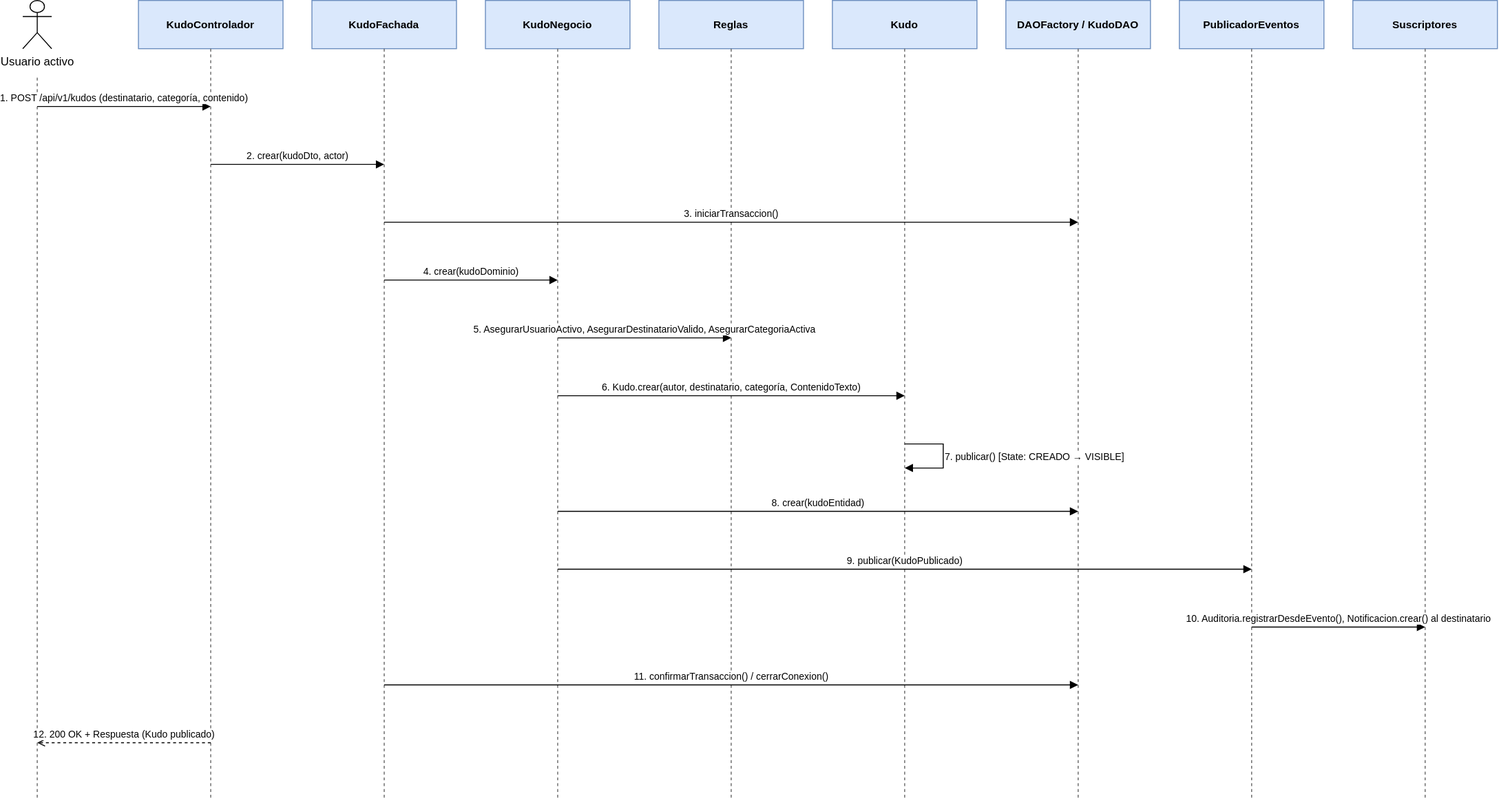
Earlier version of the draw.io export documentacion/assets/diagramas/diagramas-secuencia-1.svg (JaiderSoto07/kudos-backend). Source tidied: cells renumbered, new cells last; positions are measured from the earlier drawing's top-left corner, leaving out a move shared by most shapes.
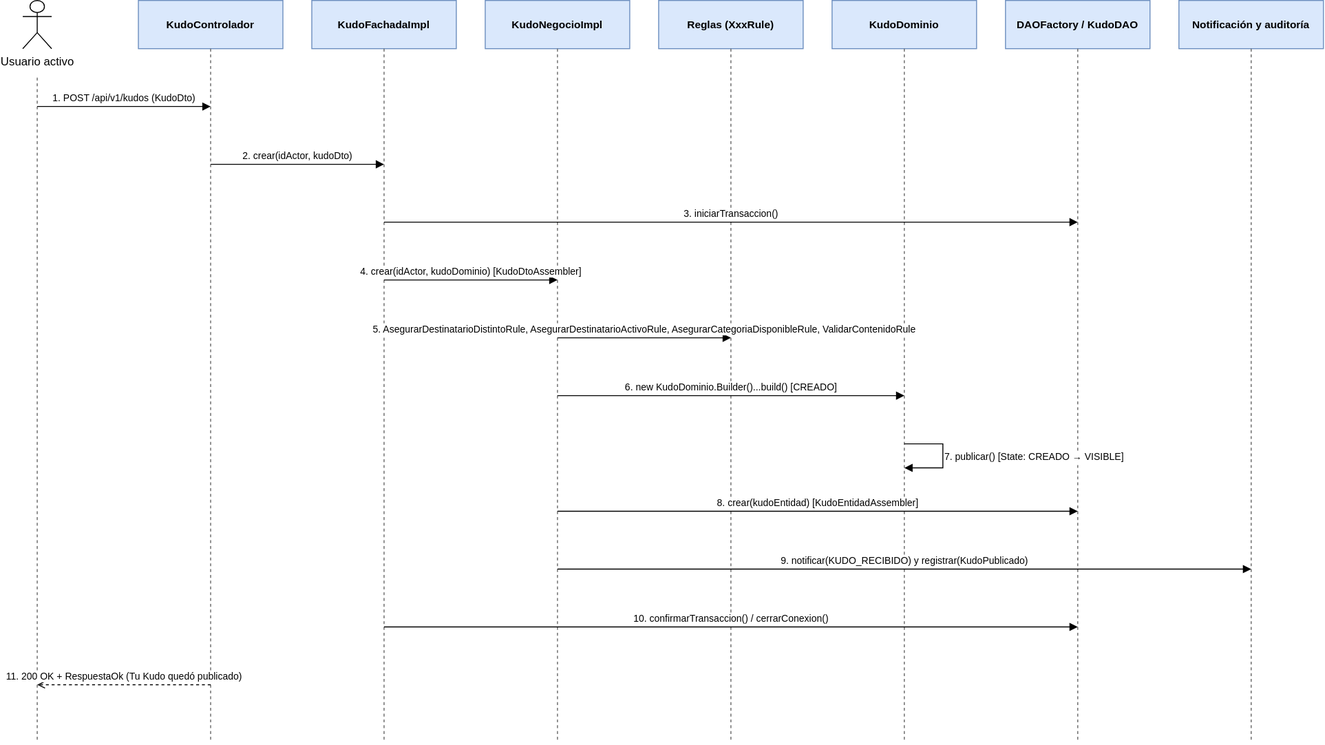
After the commit.

Change to the diagram source:
```diff
@@ -8,156 +8,141 @@
     <mxCell id="3" value="KudoControlador" style="rounded=0;whiteSpace=wrap;html=1;fillColor=#dae8fc;strokeColor=#6c8ebf;fontStyle=1;fontSize=11;" parent="1" vertex="1">
       <mxGeometry x="120" width="150" height="50" as="geometry" />
     </mxCell>
-    <mxCell id="4" value="KudoFachada" style="rounded=0;whiteSpace=wrap;html=1;fillColor=#dae8fc;strokeColor=#6c8ebf;fontStyle=1;fontSize=11;" parent="1" vertex="1">
+    <mxCell id="4" value="KudoFachadaImpl" style="rounded=0;whiteSpace=wrap;html=1;fillColor=#dae8fc;strokeColor=#6c8ebf;fontStyle=1;fontSize=11;" parent="1" vertex="1">
       <mxGeometry x="300" width="150" height="50" as="geometry" />
     </mxCell>
-    <mxCell id="5" value="KudoNegocio" style="rounded=0;whiteSpace=wrap;html=1;fillColor=#dae8fc;strokeColor=#6c8ebf;fontStyle=1;fontSize=11;" parent="1" vertex="1">
+    <mxCell id="5" value="KudoNegocioImpl" style="rounded=0;whiteSpace=wrap;html=1;fillColor=#dae8fc;strokeColor=#6c8ebf;fontStyle=1;fontSize=11;" parent="1" vertex="1">
       <mxGeometry x="480" width="150" height="50" as="geometry" />
     </mxCell>
-    <mxCell id="6" value="Reglas" style="rounded=0;whiteSpace=wrap;html=1;fillColor=#dae8fc;strokeColor=#6c8ebf;fontStyle=1;fontSize=11;" parent="1" vertex="1">
+    <mxCell id="6" value="Reglas (XxxRule)" style="rounded=0;whiteSpace=wrap;html=1;fillColor=#dae8fc;strokeColor=#6c8ebf;fontStyle=1;fontSize=11;" parent="1" vertex="1">
       <mxGeometry x="660" width="150" height="50" as="geometry" />
     </mxCell>
-    <mxCell id="7" value="Kudo" style="rounded=0;whiteSpace=wrap;html=1;fillColor=#dae8fc;strokeColor=#6c8ebf;fontStyle=1;fontSize=11;" parent="1" vertex="1">
+    <mxCell id="7" value="KudoDominio" style="rounded=0;whiteSpace=wrap;html=1;fillColor=#dae8fc;strokeColor=#6c8ebf;fontStyle=1;fontSize=11;" parent="1" vertex="1">
       <mxGeometry x="840" width="150" height="50" as="geometry" />
     </mxCell>
     <mxCell id="8" value="DAOFactory / KudoDAO" style="rounded=0;whiteSpace=wrap;html=1;fillColor=#dae8fc;strokeColor=#6c8ebf;fontStyle=1;fontSize=11;" parent="1" vertex="1">
       <mxGeometry x="1020" width="150" height="50" as="geometry" />
     </mxCell>
-    <mxCell id="9" value="PublicadorEventos" style="rounded=0;whiteSpace=wrap;html=1;fillColor=#dae8fc;strokeColor=#6c8ebf;fontStyle=1;fontSize=11;" parent="1" vertex="1">
+    <mxCell id="9" value="Notificación y auditoría" style="rounded=0;whiteSpace=wrap;html=1;fillColor=#dae8fc;strokeColor=#6c8ebf;fontStyle=1;fontSize=11;" parent="1" vertex="1">
       <mxGeometry x="1200" width="150" height="50" as="geometry" />
     </mxCell>
-    <mxCell id="10" value="Suscriptores" style="rounded=0;whiteSpace=wrap;html=1;fillColor=#dae8fc;strokeColor=#6c8ebf;fontStyle=1;fontSize=11;" parent="1" vertex="1">
-      <mxGeometry x="1380" width="150" height="50" as="geometry" />
+    <mxCell id="10" style="endArrow=none;dashed=1;html=1;strokeColor=#666666;" parent="1" edge="1">
+      <mxGeometry relative="1" as="geometry">
+        <mxPoint x="15" y="80" as="sourcePoint" />
+        <mxPoint x="15" y="770" as="targetPoint" />
+      </mxGeometry>
     </mxCell>
     <mxCell id="11" style="endArrow=none;dashed=1;html=1;strokeColor=#666666;" parent="1" edge="1">
       <mxGeometry relative="1" as="geometry">
-        <mxPoint x="15" y="80" as="sourcePoint" />
-        <mxPoint x="15" y="830" as="targetPoint" />
+        <mxPoint x="195" y="50" as="sourcePoint" />
+        <mxPoint x="195" y="770" as="targetPoint" />
       </mxGeometry>
     </mxCell>
     <mxCell id="12" style="endArrow=none;dashed=1;html=1;strokeColor=#666666;" parent="1" edge="1">
       <mxGeometry relative="1" as="geometry">
-        <mxPoint x="195" y="50" as="sourcePoint" />
-        <mxPoint x="195" y="830" as="targetPoint" />
+        <mxPoint x="375" y="50" as="sourcePoint" />
+        <mxPoint x="375" y="770" as="targetPoint" />
       </mxGeometry>
     </mxCell>
     <mxCell id="13" style="endArrow=none;dashed=1;html=1;strokeColor=#666666;" parent="1" edge="1">
       <mxGeometry relative="1" as="geometry">
-        <mxPoint x="375" y="50" as="sourcePoint" />
-        <mxPoint x="375" y="830" as="targetPoint" />
+        <mxPoint x="555" y="50" as="sourcePoint" />
+        <mxPoint x="555" y="770" as="targetPoint" />
       </mxGeometry>
     </mxCell>
     <mxCell id="14" style="endArrow=none;dashed=1;html=1;strokeColor=#666666;" parent="1" edge="1">
       <mxGeometry relative="1" as="geometry">
-        <mxPoint x="555" y="50" as="sourcePoint" />
-        <mxPoint x="555" y="830" as="targetPoint" />
+        <mxPoint x="735" y="50" as="sourcePoint" />
+        <mxPoint x="735" y="770" as="targetPoint" />
       </mxGeometry>
     </mxCell>
     <mxCell id="15" style="endArrow=none;dashed=1;html=1;strokeColor=#666666;" parent="1" edge="1">
       <mxGeometry relative="1" as="geometry">
-        <mxPoint x="735" y="50" as="sourcePoint" />
-        <mxPoint x="735" y="830" as="targetPoint" />
+        <mxPoint x="915" y="50" as="sourcePoint" />
+        <mxPoint x="915" y="770" as="targetPoint" />
       </mxGeometry>
     </mxCell>
     <mxCell id="16" style="endArrow=none;dashed=1;html=1;strokeColor=#666666;" parent="1" edge="1">
       <mxGeometry relative="1" as="geometry">
-        <mxPoint x="915" y="50" as="sourcePoint" />
-        <mxPoint x="915" y="830" as="targetPoint" />
+        <mxPoint x="1095" y="50" as="sourcePoint" />
+        <mxPoint x="1095" y="770" as="targetPoint" />
       </mxGeometry>
     </mxCell>
     <mxCell id="17" style="endArrow=none;dashed=1;html=1;strokeColor=#666666;" parent="1" edge="1">
       <mxGeometry relative="1" as="geometry">
-        <mxPoint x="1095" y="50" as="sourcePoint" />
-        <mxPoint x="1095" y="830" as="targetPoint" />
+        <mxPoint x="1275" y="50" as="sourcePoint" />
+        <mxPoint x="1275" y="770" as="targetPoint" />
       </mxGeometry>
     </mxCell>
-    <mxCell id="18" style="endArrow=none;dashed=1;html=1;strokeColor=#666666;" parent="1" edge="1">
+    <mxCell id="18" value="1. POST /api/v1/kudos (KudoDto)" style="endArrow=block;endFill=1;html=1;rounded=0;fontSize=10;labelBackgroundColor=#ffffff;verticalAlign=bottom;" parent="1" edge="1">
       <mxGeometry relative="1" as="geometry">
-        <mxPoint x="1275" y="50" as="sourcePoint" />
-        <mxPoint x="1275" y="830" as="targetPoint" />
+        <mxPoint x="15" y="110" as="sourcePoint" />
+        <mxPoint x="195" y="110" as="targetPoint" />
       </mxGeometry>
     </mxCell>
-    <mxCell id="19" style="endArrow=none;dashed=1;html=1;strokeColor=#666666;" parent="1" edge="1">
+    <mxCell id="19" value="2. crear(idActor, kudoDto)" style="endArrow=block;endFill=1;html=1;rounded=0;fontSize=10;labelBackgroundColor=#ffffff;verticalAlign=bottom;" parent="1" edge="1">
       <mxGeometry relative="1" as="geometry">
-        <mxPoint x="1455" y="50" as="sourcePoint" />
-        <mxPoint x="1455" y="830" as="targetPoint" />
+        <mxPoint x="195" y="170" as="sourcePoint" />
+        <mxPoint x="375" y="170" as="targetPoint" />
       </mxGeometry>
     </mxCell>
-    <mxCell id="20" value="1. POST /api/v1/kudos (destinatario, categoría, contenido)" style="endArrow=block;endFill=1;html=1;rounded=0;fontSize=10;labelBackgroundColor=#ffffff;verticalAlign=bottom;" parent="1" edge="1">
+    <mxCell id="20" value="3. iniciarTransaccion()" style="endArrow=block;endFill=1;html=1;rounded=0;fontSize=10;labelBackgroundColor=#ffffff;verticalAlign=bottom;" parent="1" edge="1">
       <mxGeometry relative="1" as="geometry">
-        <mxPoint x="15" y="110" as="sourcePoint" />
-        <mxPoint x="195" y="110" as="targetPoint" />
+        <mxPoint x="375" y="230" as="sourcePoint" />
+        <mxPoint x="1095" y="230" as="targetPoint" />
       </mxGeometry>
     </mxCell>
-    <mxCell id="21" value="2. crear(kudoDto, actor)" style="endArrow=block;endFill=1;html=1;rounded=0;fontSize=10;labelBackgroundColor=#ffffff;verticalAlign=bottom;" parent="1" edge="1">
+    <mxCell id="21" value="4. crear(idActor, kudoDominio)  [KudoDtoAssembler]" style="endArrow=block;endFill=1;html=1;rounded=0;fontSize=10;labelBackgroundColor=#ffffff;verticalAlign=bottom;" parent="1" edge="1">
       <mxGeometry relative="1" as="geometry">
-        <mxPoint x="195" y="170" as="sourcePoint" />
-        <mxPoint x="375" y="170" as="targetPoint" />
+        <mxPoint x="375" y="290" as="sourcePoint" />
+        <mxPoint x="555" y="290" as="targetPoint" />
       </mxGeometry>
     </mxCell>
-    <mxCell id="22" value="3. iniciarTransaccion()" style="endArrow=block;endFill=1;html=1;rounded=0;fontSize=10;labelBackgroundColor=#ffffff;verticalAlign=bottom;" parent="1" edge="1">
+    <mxCell id="22" value="5. AsegurarDestinatarioDistintoRule, AsegurarDestinatarioActivoRule, AsegurarCategoriaDisponibleRule, ValidarContenidoRule" style="endArrow=block;endFill=1;html=1;rounded=0;fontSize=10;labelBackgroundColor=#ffffff;verticalAlign=bottom;" parent="1" edge="1">
       <mxGeometry relative="1" as="geometry">
-        <mxPoint x="375" y="230" as="sourcePoint" />
-        <mxPoint x="1095" y="230" as="targetPoint" />
+        <mxPoint x="555" y="350" as="sourcePoint" />
+        <mxPoint x="735" y="350" as="targetPoint" />
       </mxGeometry>
     </mxCell>
-    <mxCell id="23" value="4. crear(kudoDominio)" style="endArrow=block;endFill=1;html=1;rounded=0;fontSize=10;labelBackgroundColor=#ffffff;verticalAlign=bottom;" parent="1" edge="1">
+    <mxCell id="23" value="6. new KudoDominio.Builder()...build()  [CREADO]" style="endArrow=block;endFill=1;html=1;rounded=0;fontSize=10;labelBackgroundColor=#ffffff;verticalAlign=bottom;" parent="1" edge="1">
       <mxGeometry relative="1" as="geometry">
-        <mxPoint x="375" y="290" as="sourcePoint" />
-        <mxPoint x="555" y="290" as="targetPoint" />
+        <mxPoint x="555" y="410" as="sourcePoint" />
+        <mxPoint x="915" y="410" as="targetPoint" />
       </mxGeometry>
     </mxCell>
-    <mxCell id="24" value="5. AsegurarUsuarioActivo, AsegurarDestinatarioValido, AsegurarCategoriaActiva" style="endArrow=block;endFill=1;html=1;rounded=0;fontSize=10;labelBackgroundColor=#ffffff;verticalAlign=bottom;" parent="1" edge="1">
+    <mxCell id="24" value="7. publicar()  [State: CREADO → VISIBLE]" style="endArrow=block;endFill=1;html=1;rounded=0;fontSize=10;align=left;labelBackgroundColor=#ffffff;" parent="1" edge="1">
       <mxGeometry relative="1" as="geometry">
-        <mxPoint x="555" y="350" as="sourcePoint" />
-        <mxPoint x="735" y="350" as="targetPoint" />
+        <mxPoint x="915" y="460" as="sourcePoint" />
+        <mxPoint x="915" y="485" as="targetPoint" />
+        <Array as="points">
+          <mxPoint x="955" y="460" />
+          <mxPoint x="955" y="485" />
+        </Array>
       </mxGeometry>
     </mxCell>
-    <mxCell id="25" value="6. Kudo.crear(autor, destinatario, categoría, ContenidoTexto)" style="endArrow=block;endFill=1;html=1;rounded=0;fontSize=10;labelBackgroundColor=#ffffff;verticalAlign=bottom;" parent="1" edge="1">
+    <mxCell id="25" value="8. crear(kudoEntidad)  [KudoEntidadAssembler]" style="endArrow=block;endFill=1;html=1;rounded=0;fontSize=10;labelBackgroundColor=#ffffff;verticalAlign=bottom;" parent="1" edge="1">
       <mxGeometry relative="1" as="geometry">
-        <mxPoint x="555" y="410" as="sourcePoint" />
-        <mxPoint x="915" y="410" as="targetPoint" />
+        <mxPoint x="555" y="530" as="sourcePoint" />
+        <mxPoint x="1095" y="530" as="targetPoint" />
       </mxGeometry>
     </mxCell>
-    <mxCell id="26" value="7. publicar()  [State: CREADO → VISIBLE]" style="endArrow=block;endFill=1;html=1;rounded=0;fontSize=10;align=left;labelBackgroundColor=#ffffff;" parent="1" edge="1">
+    <mxCell id="26" value="9. notificar(KUDO_RECIBIDO) y registrar(KudoPublicado)" style="endArrow=block;endFill=1;html=1;rounded=0;fontSize=10;labelBackgroundColor=#ffffff;verticalAlign=bottom;" parent="1" edge="1">
       <mxGeometry relative="1" as="geometry">
-        <mxPoint x="915" y="460" as="sourcePoint" />
-        <mxPoint x="915" y="485" as="targetPoint" />
-        <Array as="points">
-          <mxPoint x="955" y="460" />
-          <mxPoint x="955" y="485" />
-        </Array>
+        <mxPoint x="555" y="590" as="sourcePoint" />
+        <mxPoint x="1275" y="590" as="targetPoint" />
       </mxGeometry>
     </mxCell>
-    <mxCell id="27" value="8. crear(kudoEntidad)" style="endArrow=block;endFill=1;html=1;rounded=0;fontSize=10;labelBackgroundColor=#ffffff;verticalAlign=bottom;" parent="1" edge="1">
+    <mxCell id="27" value="10. confirmarTransaccion() / cerrarConexion()" style="endArrow=block;endFill=1;html=1;rounded=0;fontSize=10;labelBackgroundColor=#ffffff;verticalAlign=bottom;" parent="1" edge="1">
       <mxGeometry relative="1" as="geometry">
-        <mxPoint x="555" y="530" as="sourcePoint" />
-        <mxPoint x="1095" y="530" as="targetPoint" />
+        <mxPoint x="375" y="650" as="sourcePoint" />
+        <mxPoint x="1095" y="650" as="targetPoint" />
       </mxGeometry>
     </mxCell>
-    <mxCell id="28" value="9. publicar(KudoPublicado)" style="endArrow=block;endFill=1;html=1;rounded=0;fontSize=10;labelBackgroundColor=#ffffff;verticalAlign=bottom;" parent="1" edge="1">
+    <mxCell id="28" value="11. 200 OK + RespuestaOk (Tu Kudo quedó publicado)" style="endArrow=open;endFill=0;dashed=1;html=1;rounded=0;fontSize=10;labelBackgroundColor=#ffffff;verticalAlign=bottom;" parent="1" edge="1">
       <mxGeometry relative="1" as="geometry">
-        <mxPoint x="555" y="590" as="sourcePoint" />
-        <mxPoint x="1275" y="590" as="targetPoint" />
+        <mxPoint x="195" y="710" as="sourcePoint" />
+        <mxPoint x="15" y="710" as="targetPoint" />
       </mxGeometry>
     </mxCell>
-    <mxCell id="29" value="10. Auditoria.registrarDesdeEvento(), Notificacion.crear() al destinatario" style="endArrow=block;endFill=1;html=1;rounded=0;fontSize=10;labelBackgroundColor=#ffffff;verticalAlign=bottom;" parent="1" edge="1">
-      <mxGeometry relative="1" as="geometry">
-        <mxPoint x="1275" y="650" as="sourcePoint" />
-        <mxPoint x="1455" y="650" as="targetPoint" />
-      </mxGeometry>
-    </mxCell>
-    <mxCell id="30" value="11. confirmarTransaccion() / cerrarConexion()" style="endArrow=block;endFill=1;html=1;rounded=0;fontSize=10;labelBackgroundColor=#ffffff;verticalAlign=bottom;" parent="1" edge="1">
-      <mxGeometry relative="1" as="geometry">
-        <mxPoint x="375" y="710" as="sourcePoint" />
-        <mxPoint x="1095" y="710" as="targetPoint" />
-      </mxGeometry>
-    </mxCell>
-    <mxCell id="31" value="12. 200 OK + Respuesta (Kudo publicado)" style="endArrow=open;endFill=0;dashed=1;html=1;rounded=0;fontSize=10;labelBackgroundColor=#ffffff;verticalAlign=bottom;" parent="1" edge="1">
-      <mxGeometry relative="1" as="geometry">
-        <mxPoint x="195" y="770" as="sourcePoint" />
-        <mxPoint x="15" y="770" as="targetPoint" />
-      </mxGeometry>
-    </mxCell>
   </root>
 </mxGraphModel>
```
